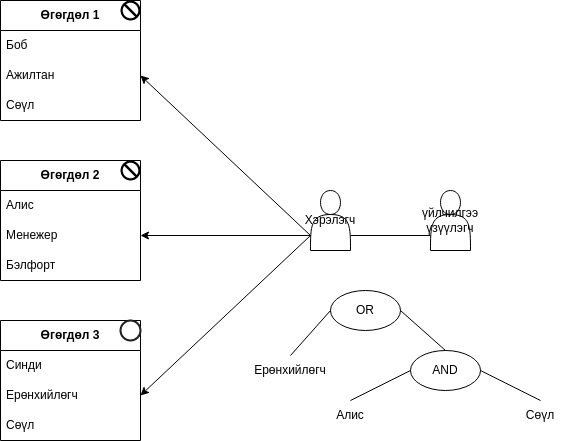
The draw.io diagram Figures/kp-abe.drawio.png in myagmartseren/pre_report, before a commit. Source tidied: cells renumbered, new cells last; positions are measured from the earlier drawing's top-left corner, leaving out a move shared by most shapes. Source of this version:
```xml
<mxGraphModel>
  <root>
    <mxCell id="0" />
    <mxCell id="1" parent="0" />
    <mxCell id="2" value="Хэрэлэгч" style="shape=actor;whiteSpace=wrap;html=1;" parent="1" vertex="1">
      <mxGeometry x="310" y="190" width="40" height="60" as="geometry" />
    </mxCell>
    <mxCell id="3" value="үйлчилгээ үзүүлэгч" style="shape=actor;whiteSpace=wrap;html=1;" parent="1" vertex="1">
      <mxGeometry x="430" y="190" width="40" height="60" as="geometry" />
    </mxCell>
    <mxCell id="4" value="&lt;b&gt;Өгөгдөл 1&lt;/b&gt;" style="swimlane;fontStyle=0;horizontal=1;startSize=30;whiteSpace=wrap;html=1;" parent="1" vertex="1">
      <mxGeometry width="140" height="120" as="geometry" />
    </mxCell>
    <mxCell id="5" value="Боб" style="text;strokeColor=none;fillColor=none;align=left;verticalAlign=middle;spacingLeft=4;spacingRight=4;overflow=hidden;whiteSpace=wrap;html=1;" parent="4" vertex="1">
      <mxGeometry y="30" width="140" height="30" as="geometry" />
    </mxCell>
    <mxCell id="6" value="Ажилтан" style="text;strokeColor=none;fillColor=none;align=left;verticalAlign=middle;spacingLeft=4;spacingRight=4;overflow=hidden;points=[[0,0.5],[1,0.5]];portConstraint=eastwest;whiteSpace=wrap;html=1;" parent="4" vertex="1">
      <mxGeometry y="60" width="140" height="30" as="geometry" />
    </mxCell>
    <mxCell id="7" value="Сөүл" style="text;strokeColor=none;fillColor=none;align=left;verticalAlign=middle;spacingLeft=4;spacingRight=4;overflow=hidden;whiteSpace=wrap;html=1;" parent="4" vertex="1">
      <mxGeometry y="90" width="140" height="30" as="geometry" />
    </mxCell>
    <mxCell id="8" value="&lt;b&gt;Өгөгдөл 2&lt;/b&gt;" style="swimlane;fontStyle=0;horizontal=1;startSize=30;whiteSpace=wrap;html=1;" parent="1" vertex="1">
      <mxGeometry y="160" width="140" height="120" as="geometry" />
    </mxCell>
    <mxCell id="9" value="Алис" style="text;strokeColor=none;fillColor=none;align=left;verticalAlign=middle;spacingLeft=4;spacingRight=4;overflow=hidden;whiteSpace=wrap;html=1;" parent="8" vertex="1">
      <mxGeometry y="30" width="140" height="30" as="geometry" />
    </mxCell>
    <mxCell id="10" value="Менежер" style="text;strokeColor=none;fillColor=none;align=left;verticalAlign=middle;spacingLeft=4;spacingRight=4;overflow=hidden;points=[[0,0.5],[1,0.5]];portConstraint=eastwest;whiteSpace=wrap;html=1;" parent="8" vertex="1">
      <mxGeometry y="60" width="140" height="30" as="geometry" />
    </mxCell>
    <mxCell id="11" value="Бэлфорт" style="text;strokeColor=none;fillColor=none;align=left;verticalAlign=middle;spacingLeft=4;spacingRight=4;overflow=hidden;whiteSpace=wrap;html=1;" parent="8" vertex="1">
      <mxGeometry y="90" width="140" height="30" as="geometry" />
    </mxCell>
    <mxCell id="12" value="&lt;b&gt;Өгөгдөл 3&lt;br&gt;&lt;/b&gt;" style="swimlane;fontStyle=0;horizontal=1;startSize=30;whiteSpace=wrap;html=1;" parent="1" vertex="1">
      <mxGeometry y="320" width="140" height="120" as="geometry" />
    </mxCell>
    <mxCell id="13" value="Синди" style="text;strokeColor=none;fillColor=none;align=left;verticalAlign=middle;spacingLeft=4;spacingRight=4;overflow=hidden;whiteSpace=wrap;html=1;" parent="12" vertex="1">
      <mxGeometry y="30" width="140" height="30" as="geometry" />
    </mxCell>
    <mxCell id="14" value="Ерөнхийлөгч" style="text;strokeColor=none;fillColor=none;align=left;verticalAlign=middle;spacingLeft=4;spacingRight=4;overflow=hidden;points=[[0,0.5],[1,0.5]];portConstraint=eastwest;whiteSpace=wrap;html=1;" parent="12" vertex="1">
      <mxGeometry y="60" width="140" height="30" as="geometry" />
    </mxCell>
    <mxCell id="15" value="Сөүл" style="text;strokeColor=none;fillColor=none;align=left;verticalAlign=middle;spacingLeft=4;spacingRight=4;overflow=hidden;whiteSpace=wrap;html=1;" parent="12" vertex="1">
      <mxGeometry y="90" width="140" height="30" as="geometry" />
    </mxCell>
    <mxCell id="16" style="endArrow=classic;html=1;rounded=0;entryX=1;entryY=0.5;entryDx=0;entryDy=0;exitX=0;exitY=0.75;exitDx=0;exitDy=0;" parent="1" edge="1" source="2" target="6">
      <mxGeometry relative="1" as="geometry" />
    </mxCell>
    <mxCell id="17" style="endArrow=classic;html=1;rounded=0;entryX=1;entryY=0.5;entryDx=0;entryDy=0;exitX=0;exitY=0.75;exitDx=0;exitDy=0;" parent="1" edge="1" source="2" target="10">
      <mxGeometry relative="1" as="geometry" />
    </mxCell>
    <mxCell id="18" style="endArrow=classic;html=1;rounded=0;entryX=1;entryY=0.5;entryDx=0;entryDy=0;exitX=0;exitY=0.75;exitDx=0;exitDy=0;" parent="1" edge="1" source="2" target="14">
      <mxGeometry relative="1" as="geometry" />
    </mxCell>
    <mxCell id="19" value="OR" style="ellipse;whiteSpace=wrap;html=1;" parent="1" vertex="1">
      <mxGeometry x="330" y="290" width="70" height="40" as="geometry" />
    </mxCell>
    <mxCell id="20" value="AND" style="ellipse;whiteSpace=wrap;html=1;" parent="1" vertex="1">
      <mxGeometry x="410" y="350" width="70" height="40" as="geometry" />
    </mxCell>
    <mxCell id="21" value="Ерөнхийлөгч" style="text;strokeColor=none;align=center;fillColor=none;html=1;verticalAlign=middle;whiteSpace=wrap;rounded=0;" parent="1" vertex="1">
      <mxGeometry x="260" y="355" width="60" height="30" as="geometry" />
    </mxCell>
    <mxCell id="22" style="endArrow=none;html=1;rounded=0;entryX=0;entryY=0.5;entryDx=0;entryDy=0;exitX=0.5;exitY=0;exitDx=0;exitDy=0;" parent="1" edge="1" source="21" target="19">
      <mxGeometry relative="1" as="geometry" />
    </mxCell>
    <mxCell id="23" value="Алис" style="text;strokeColor=none;align=center;fillColor=none;html=1;verticalAlign=middle;whiteSpace=wrap;rounded=0;" parent="1" vertex="1">
      <mxGeometry x="320" y="400" width="60" height="30" as="geometry" />
    </mxCell>
    <mxCell id="24" value="Сөүл" style="text;strokeColor=none;align=center;fillColor=none;html=1;verticalAlign=middle;whiteSpace=wrap;rounded=0;" parent="1" vertex="1">
      <mxGeometry x="510" y="400" width="60" height="30" as="geometry" />
    </mxCell>
    <mxCell id="25" style="endArrow=none;html=1;rounded=0;entryX=0;entryY=0.5;entryDx=0;entryDy=0;exitX=0.5;exitY=0;exitDx=0;exitDy=0;" parent="1" edge="1" source="23" target="20">
      <mxGeometry relative="1" as="geometry" />
    </mxCell>
    <mxCell id="26" style="endArrow=none;html=1;rounded=0;entryX=1;entryY=0.5;entryDx=0;entryDy=0;exitX=0.5;exitY=0;exitDx=0;exitDy=0;" parent="1" edge="1" source="24" target="20">
      <mxGeometry relative="1" as="geometry" />
    </mxCell>
    <mxCell id="27" style="endArrow=none;html=1;rounded=0;entryX=0;entryY=0.75;entryDx=0;entryDy=0;exitX=1;exitY=0.75;exitDx=0;exitDy=0;" parent="1" edge="1" source="2" target="3">
      <mxGeometry relative="1" as="geometry" />
    </mxCell>
    <mxCell id="28" style="endArrow=none;html=1;rounded=0;entryX=1;entryY=0.5;entryDx=0;entryDy=0;exitX=0.5;exitY=0;exitDx=0;exitDy=0;" parent="1" edge="1" source="20" target="19">
      <mxGeometry relative="1" as="geometry" />
    </mxCell>
    <mxCell id="29" style="shape=mxgraph.signs.safety.no;html=1;fillColor=#000000;strokeColor=none;verticalLabelPosition=bottom;verticalAlign=top;align=center;" parent="1" vertex="1">
      <mxGeometry x="120" y="160" width="20" height="20" as="geometry" />
    </mxCell>
    <mxCell id="30" style="shape=mxgraph.signs.safety.no;html=1;fillColor=#000000;strokeColor=none;verticalLabelPosition=bottom;verticalAlign=top;align=center;" parent="1" vertex="1">
      <mxGeometry x="120" width="20" height="20" as="geometry" />
    </mxCell>
    <mxCell id="31" style="html=1;verticalLabelPosition=bottom;labelBackgroundColor=#ffffff;verticalAlign=top;shadow=0;dashed=0;strokeWidth=2;shape=mxgraph.ios7.misc.circle;strokeColor=#222222;fillColor=none;" parent="1" vertex="1">
      <mxGeometry x="120" y="320" width="20" height="20" as="geometry" />
    </mxCell>
  </root>
</mxGraphModel>
```
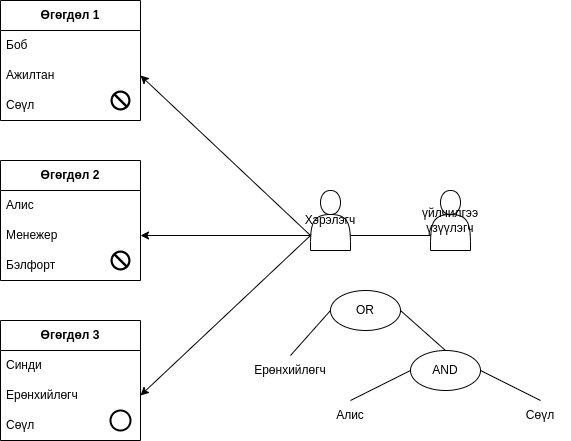
The same file after the commit.

The edit, as a diff of the source:
```diff
@@ -84,13 +84,13 @@
       <mxGeometry relative="1" as="geometry" />
     </mxCell>
     <mxCell id="29" style="shape=mxgraph.signs.safety.no;html=1;fillColor=#000000;strokeColor=none;verticalLabelPosition=bottom;verticalAlign=top;align=center;" parent="1" vertex="1">
-      <mxGeometry x="120" y="160" width="20" height="20" as="geometry" />
+      <mxGeometry x="110" y="250" width="20" height="20" as="geometry" />
     </mxCell>
     <mxCell id="30" style="shape=mxgraph.signs.safety.no;html=1;fillColor=#000000;strokeColor=none;verticalLabelPosition=bottom;verticalAlign=top;align=center;" parent="1" vertex="1">
-      <mxGeometry x="120" width="20" height="20" as="geometry" />
+      <mxGeometry x="110" y="90" width="20" height="20" as="geometry" />
     </mxCell>
-    <mxCell id="31" style="html=1;verticalLabelPosition=bottom;labelBackgroundColor=#ffffff;verticalAlign=top;shadow=0;dashed=0;strokeWidth=2;shape=mxgraph.ios7.misc.circle;strokeColor=#222222;fillColor=none;" parent="1" vertex="1">
-      <mxGeometry x="120" y="320" width="20" height="20" as="geometry" />
+    <mxCell id="31" style="html=1;verticalLabelPosition=bottom;labelBackgroundColor=#ffffff;verticalAlign=top;shadow=0;dashed=0;strokeWidth=2;shape=mxgraph.ios7.misc.circle;" parent="1" vertex="1">
+      <mxGeometry x="110" y="410" width="20" height="20" as="geometry" />
     </mxCell>
   </root>
 </mxGraphModel>
```
